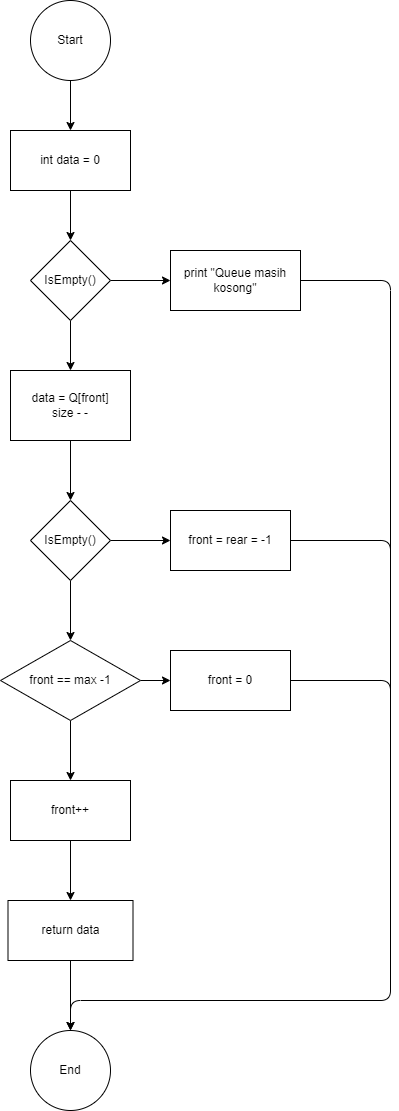
Earlier version of the draw.io export Pertemuan 10/Dequeue.drawio.png (zidnafaz/Algoritma-Struktur-Data). Source tidied: cells renumbered, new cells last; positions are measured from the earlier drawing's top-left corner, leaving out a move shared by most shapes.
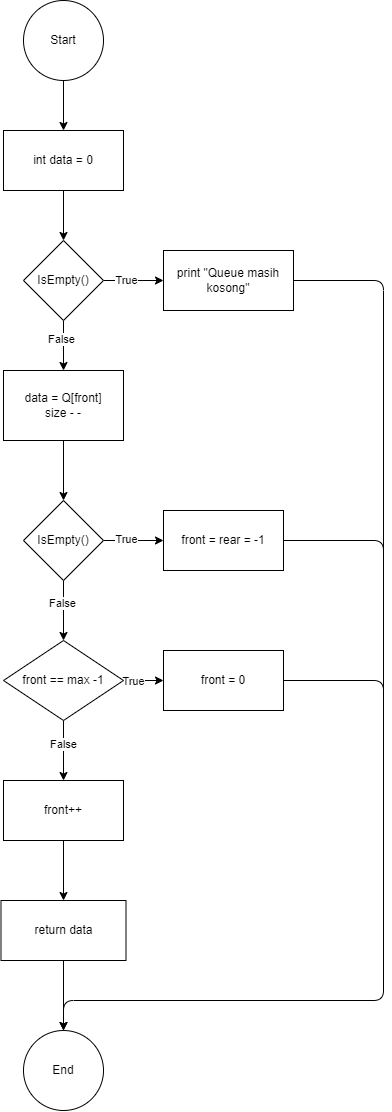
The same diagram one commit later.

Change to the diagram source:
```diff
@@ -17,9 +17,15 @@
     <mxCell id="6" style="edgeStyle=none;html=1;" parent="1" edge="1" source="8" target="10">
       <mxGeometry relative="1" as="geometry" />
     </mxCell>
+    <mxCell id="28" value="True" style="edgeLabel;html=1;align=center;verticalAlign=middle;" parent="6" vertex="1">
+      <mxGeometry x="-0.24" relative="1" as="geometry" />
+    </mxCell>
     <mxCell id="7" style="edgeStyle=none;html=1;" parent="1" edge="1" source="8" target="12">
       <mxGeometry relative="1" as="geometry" />
     </mxCell>
+    <mxCell id="29" value="False" style="edgeLabel;html=1;align=center;verticalAlign=middle;" parent="7" vertex="1">
+      <mxGeometry x="-0.25" y="-2" relative="1" as="geometry" />
+    </mxCell>
     <mxCell id="8" value="IsEmpty()" style="rhombus;whiteSpace=wrap;html=1;" parent="1" vertex="1">
       <mxGeometry x="30" y="240" width="80" height="80" as="geometry" />
     </mxCell>
@@ -44,9 +50,15 @@
     <mxCell id="13" style="edgeStyle=none;html=1;" parent="1" edge="1" source="15" target="16">
       <mxGeometry relative="1" as="geometry" />
     </mxCell>
+    <mxCell id="30" value="True" style="edgeLabel;html=1;align=center;verticalAlign=middle;" parent="13" vertex="1">
+      <mxGeometry x="-0.24" y="1" relative="1" as="geometry" />
+    </mxCell>
     <mxCell id="14" style="edgeStyle=none;html=1;" parent="1" edge="1" source="15" target="19">
       <mxGeometry relative="1" as="geometry" />
     </mxCell>
+    <mxCell id="31" value="False" style="edgeLabel;html=1;align=center;verticalAlign=middle;" parent="14" vertex="1">
+      <mxGeometry x="-0.27" y="-1" relative="1" as="geometry" />
+    </mxCell>
     <mxCell id="15" value="IsEmpty()" style="rhombus;whiteSpace=wrap;html=1;rounded=0;" parent="1" vertex="1">
       <mxGeometry x="30" y="500" width="80" height="80" as="geometry" />
     </mxCell>
@@ -56,11 +68,17 @@
     <mxCell id="17" style="edgeStyle=none;html=1;" parent="1" edge="1" source="19" target="20">
       <mxGeometry relative="1" as="geometry" />
     </mxCell>
+    <mxCell id="32" value="True" style="edgeLabel;html=1;align=center;verticalAlign=middle;" parent="17" vertex="1">
+      <mxGeometry x="-0.52" y="-1" relative="1" as="geometry" />
+    </mxCell>
     <mxCell id="18" style="edgeStyle=none;html=1;" parent="1" edge="1" source="19" target="22">
       <mxGeometry relative="1" as="geometry" />
     </mxCell>
+    <mxCell id="33" value="False" style="edgeLabel;html=1;align=center;verticalAlign=middle;" parent="18" vertex="1">
+      <mxGeometry x="-0.21" relative="1" as="geometry" />
+    </mxCell>
     <mxCell id="19" value="front == max -1" style="rhombus;whiteSpace=wrap;html=1;rounded=0;" parent="1" vertex="1">
-      <mxGeometry y="640" width="140" height="80" as="geometry" />
+      <mxGeometry x="10" y="640" width="120" height="80" as="geometry" />
     </mxCell>
     <mxCell id="20" value="front = 0" style="whiteSpace=wrap;html=1;rounded=0;" parent="1" vertex="1">
       <mxGeometry x="170" y="650" width="120" height="60" as="geometry" />
```
